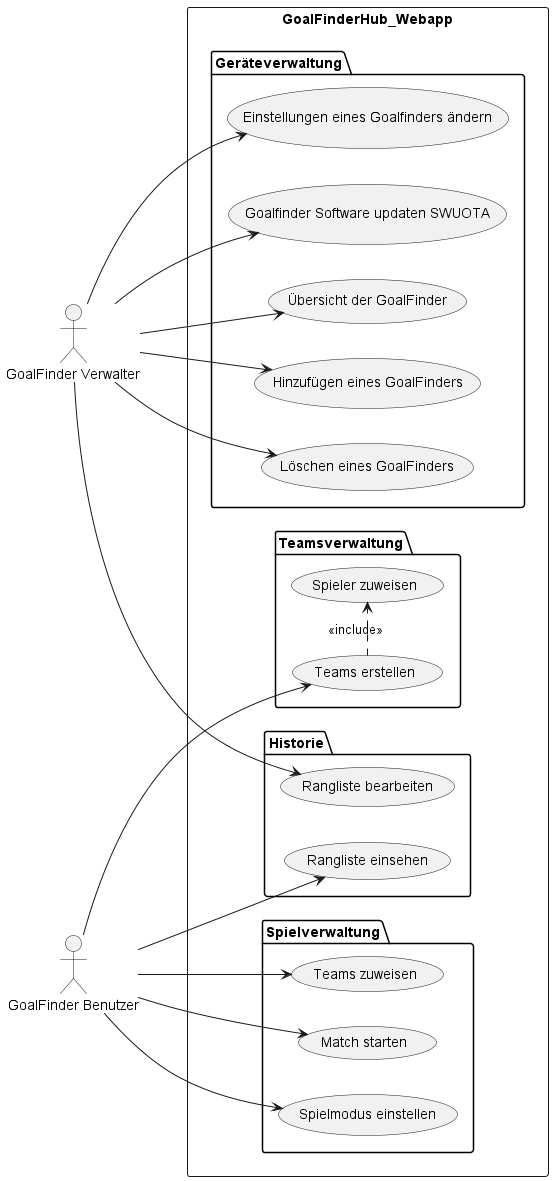
Earlier version of the PlantUML export img/UCD.png (2425-3BHIF-WMC-SYP/GoalFinderHub).
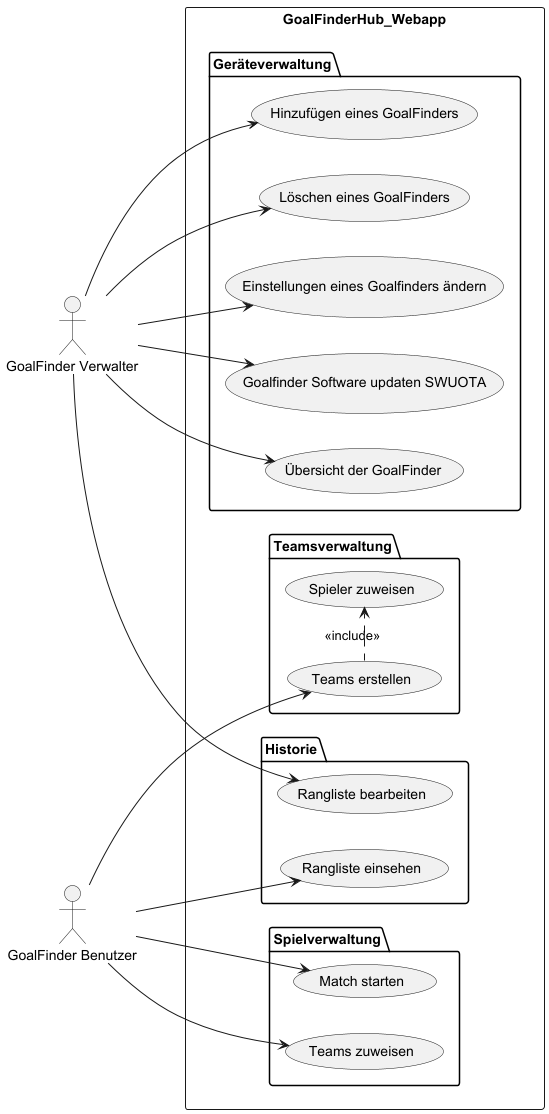
The same diagram one commit later.

Commit message:
added new ucd to pflichtenheft

Diff of the diagram source:
```diff
@@ -10,7 +10,6 @@
         (Goalfinder Software updaten SWUOTA)
     }
     package "Spielverwaltung" {
-        (Spielmodus einstellen)
         (Teams zuweisen)
         (Match starten)
     }
@@ -30,7 +29,6 @@
 :GoalFinder Verwalter: --> (Einstellungen eines Goalfinders ändern)
 :GoalFinder Verwalter: --> (Goalfinder Software updaten SWUOTA)
 
-:GoalFinder Benutzer: --> (Spielmodus einstellen)
 :GoalFinder Benutzer: --> (Teams erstellen)
 :GoalFinder Benutzer: --> (Teams zuweisen)
 :GoalFinder Benutzer: --> (Match starten)
```
